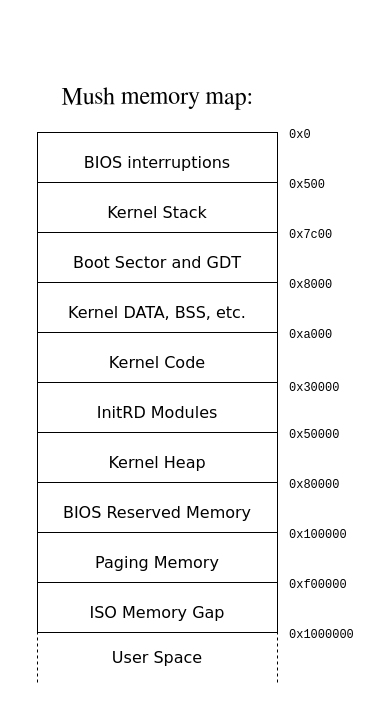
Above: docs/assets/memory_map.drawio in pseusys/MushOS (draw.io), before the change. Source tidied: cells renumbered, new cells numbered last; positions are measured from the earlier drawing's top-left corner, leaving out a move shared by most shapes. Both pictures are drawn from the tidied source at 100%, with x=0, y=0 at pixel (17, 67).
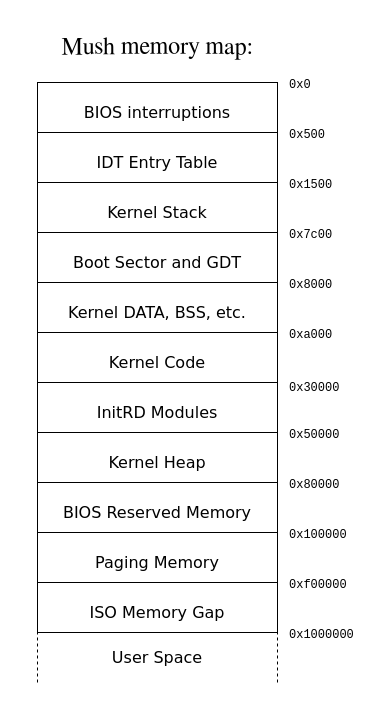
After the change.

Diff of the diagram source:
```diff
@@
     <mxCell id="2" style="rounded=0;whiteSpace=wrap;html=1;dashed=1;fontFamily=Verdana;fontSize=16;strokeColor=none;" parent="1" vertex="1">
-      <mxGeometry width="350" height="635" as="geometry" />
+      <mxGeometry y="-50" width="350" height="685" as="geometry" />
     </mxCell>
     <mxCell id="3" value="&lt;font face=&quot;Verdana&quot; style=&quot;font-size: 16px;&quot;&gt;BIOS interruptions&lt;/font&gt;" style="rounded=0;whiteSpace=wrap;html=1;fontFamily=Garuda;fontSize=32;" parent="1" vertex="1">
-      <mxGeometry x="20" y="65" width="240" height="50" as="geometry" />
+      <mxGeometry x="20" y="15" width="240" height="50" as="geometry" />
     </mxCell>
     <mxCell id="4" value="&lt;font style=&quot;font-size: 24px;&quot;&gt;Mush memory map:&lt;/font&gt;" style="text;html=1;strokeColor=none;fillColor=none;align=center;verticalAlign=middle;whiteSpace=wrap;rounded=0;fontFamily=FreeSerif;fontSize=24;" parent="1" vertex="1">
-      <mxGeometry x="20" y="15" width="240" height="30" as="geometry" />
+      <mxGeometry x="20" y="-35" width="240" height="30" as="geometry" />
     </mxCell>
-    <mxCell id="5" value="&lt;font face=&quot;Verdana&quot; style=&quot;font-size: 16px;&quot;&gt;Kernel Stack&lt;/font&gt;" style="rounded=0;whiteSpace=wrap;html=1;fontFamily=Lucida Console;fontSize=32;" parent="1" vertex="1">
-      <mxGeometry x="20" y="115" width="240" height="50" as="geometry" />
+    <mxCell id="5" value="&lt;font face=&quot;Verdana&quot; style=&quot;font-size: 16px;&quot;&gt;IDT Entry Table&lt;/font&gt;" style="rounded=0;whiteSpace=wrap;html=1;fontFamily=Lucida Console;fontSize=32;" parent="1" vertex="1">
+      <mxGeometry x="20" y="65" width="240" height="50" as="geometry" />
     </mxCell>
@@
     <mxCell id="16" value="&lt;font style=&quot;font-size: 12px;&quot; face=&quot;Courier New&quot;&gt;0x0&lt;/font&gt;" style="text;html=1;strokeColor=none;fillColor=none;align=left;verticalAlign=middle;whiteSpace=wrap;rounded=0;dashed=1;fontFamily=Verdana;fontSize=16;" parent="1" vertex="1">
-      <mxGeometry x="270" y="45" width="70" height="40" as="geometry" />
+      <mxGeometry x="270" y="-5" width="70" height="40" as="geometry" />
     </mxCell>
     <mxCell id="17" value="&lt;font style=&quot;font-size: 12px;&quot; face=&quot;Courier New&quot;&gt;0x500&lt;/font&gt;" style="text;html=1;strokeColor=none;fillColor=none;align=left;verticalAlign=middle;whiteSpace=wrap;rounded=0;dashed=1;fontFamily=Verdana;fontSize=16;" parent="1" vertex="1">
-      <mxGeometry x="270" y="95" width="70" height="40" as="geometry" />
+      <mxGeometry x="270" y="45" width="70" height="40" as="geometry" />
     </mxCell>
@@
+    <mxCell id="28" value="&lt;font face=&quot;Verdana&quot; style=&quot;font-size: 16px;&quot;&gt;Kernel Stack&lt;/font&gt;" style="rounded=0;whiteSpace=wrap;html=1;fontFamily=Lucida Console;fontSize=32;" parent="1" vertex="1">
+      <mxGeometry x="20" y="115" width="240" height="50" as="geometry" />
+    </mxCell>
+    <mxCell id="29" value="&lt;font style=&quot;font-size: 12px;&quot; face=&quot;Courier New&quot;&gt;0x1500&lt;/font&gt;" style="text;html=1;strokeColor=none;fillColor=none;align=left;verticalAlign=middle;whiteSpace=wrap;rounded=0;dashed=1;fontFamily=Verdana;fontSize=16;" parent="1" vertex="1">
+      <mxGeometry x="270" y="95" width="70" height="40" as="geometry" />
+    </mxCell>
```
